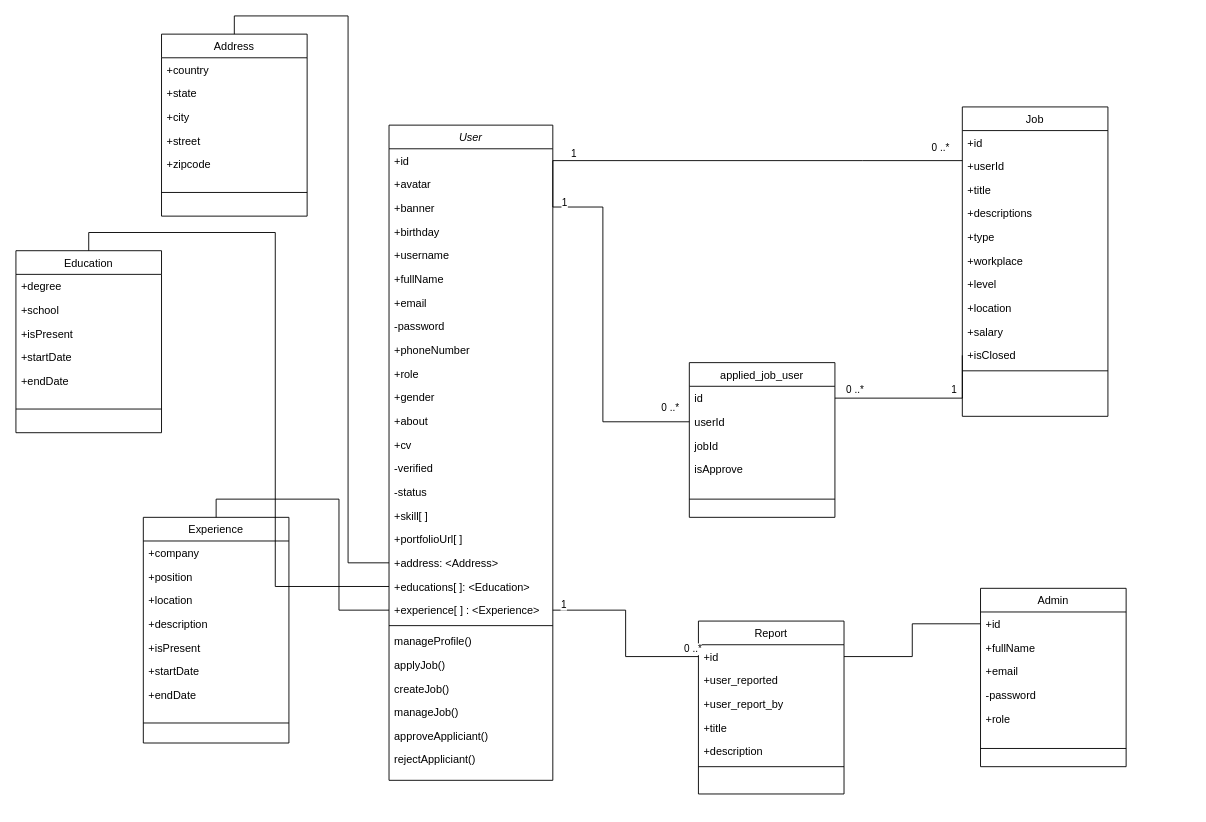
Before: classDiagram.drawio in osenbal/ar.gent-uml, a draw.io diagram. Source tidied: cells renumbered, new cells numbered last; positions are measured from the earlier drawing's top-left corner, leaving out a move shared by most shapes. Both pictures are drawn from the tidied source at 91%, with x=0, y=0 at pixel (15, 34).
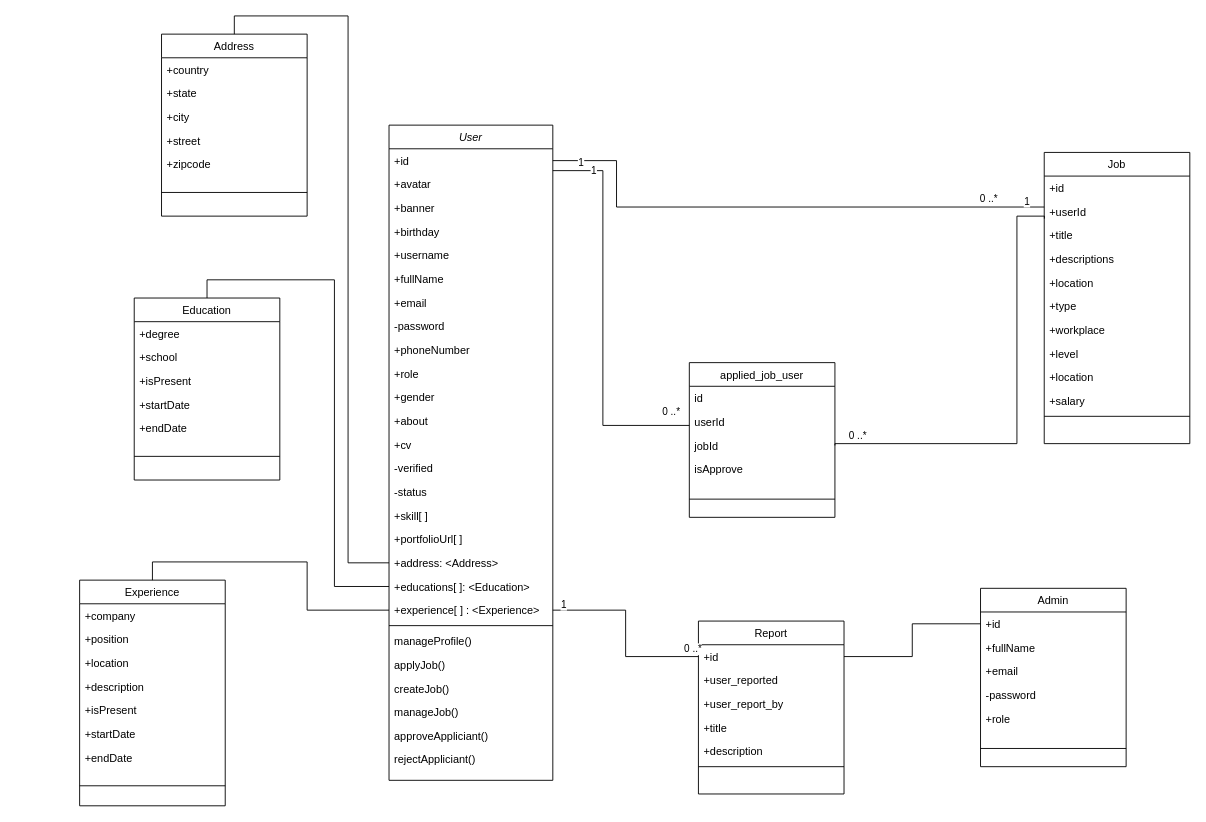
The same page after the edit.

Unchanged cells that the change refers to:
```xml
<mxCell id="3" value="+id" style="text;align=left;verticalAlign=top;spacingLeft=4;spacingRight=4;overflow=hidden;points=[[0,0.5],[1,0.5]];portConstraint=eastwest;" parent="2" vertex="1">
  <mxGeometry y="26" width="180" height="26" as="geometry" />
</mxCell>
<mxCell id="31" value="id" style="text;align=left;verticalAlign=top;spacingLeft=4;spacingRight=4;overflow=hidden;points=[[0,0.5],[1,0.5]];portConstraint=eastwest;" parent="30" vertex="1">
  <mxGeometry y="26" width="160" height="26" as="geometry" />
</mxCell>
<mxCell id="32" value="userId" style="text;align=left;verticalAlign=top;spacingLeft=4;spacingRight=4;overflow=hidden;points=[[0,0.5],[1,0.5]];portConstraint=eastwest;" parent="30" vertex="1">
  <mxGeometry y="52" width="160" height="26" as="geometry" />
</mxCell>
<mxCell id="33" value="jobId" style="text;align=left;verticalAlign=top;spacingLeft=4;spacingRight=4;overflow=hidden;points=[[0,0.5],[1,0.5]];portConstraint=eastwest;" parent="30" vertex="1">
  <mxGeometry y="78" width="160" height="26" as="geometry" />
</mxCell>
<mxCell id="38" value="+userId" style="text;align=left;verticalAlign=top;spacingLeft=4;spacingRight=4;overflow=hidden;points=[[0,0.5],[1,0.5]];portConstraint=eastwest;rounded=0;shadow=0;html=0;" parent="36" vertex="1">
  <mxGeometry y="52" width="160" height="26" as="geometry" />
</mxCell>
```

Change to the diagram source:
```diff
@@
     <mxCell id="36" value="Job" style="swimlane;fontStyle=0;align=center;verticalAlign=top;horizontal=1;startSize=26;rounded=0;shadow=0;strokeWidth=1;" parent="1" vertex="1">
-      <mxGeometry x="1040" y="80" width="160" height="340" as="geometry" />
+      <mxGeometry x="1130" y="130" width="160" height="320" as="geometry" />
     </mxCell>
@@
+    <mxCell id="101" value="+location" style="text;align=left;verticalAlign=top;spacingLeft=4;spacingRight=4;overflow=hidden;rounded=0;shadow=0;html=0;" parent="36" vertex="1">
+      <mxGeometry y="130" width="160" height="26" as="geometry" />
+    </mxCell>
     <mxCell id="41" value="+type" style="text;align=left;verticalAlign=top;spacingLeft=4;spacingRight=4;overflow=hidden;rounded=0;shadow=0;html=0;" parent="36" vertex="1">
-      <mxGeometry y="130" width="160" height="26" as="geometry" />
+      <mxGeometry y="156" width="160" height="26" as="geometry" />
     </mxCell>
     <mxCell id="42" value="+workplace" style="text;align=left;verticalAlign=top;spacingLeft=4;spacingRight=4;overflow=hidden;rounded=0;shadow=0;html=0;" parent="36" vertex="1">
-      <mxGeometry y="156" width="160" height="26" as="geometry" />
+      <mxGeometry y="182" width="160" height="26" as="geometry" />
     </mxCell>
     <mxCell id="43" value="+level" style="text;align=left;verticalAlign=top;spacingLeft=4;spacingRight=4;overflow=hidden;rounded=0;shadow=0;html=0;" parent="36" vertex="1">
-      <mxGeometry y="182" width="160" height="26" as="geometry" />
+      <mxGeometry y="208" width="160" height="26" as="geometry" />
     </mxCell>
     <mxCell id="44" value="+location" style="text;align=left;verticalAlign=top;spacingLeft=4;spacingRight=4;overflow=hidden;rounded=0;shadow=0;html=0;" parent="36" vertex="1">
-      <mxGeometry y="208" width="160" height="26" as="geometry" />
+      <mxGeometry y="234" width="160" height="26" as="geometry" />
     </mxCell>
     <mxCell id="45" value="+salary" style="text;align=left;verticalAlign=top;spacingLeft=4;spacingRight=4;overflow=hidden;rounded=0;shadow=0;html=0;" parent="36" vertex="1">
-      <mxGeometry y="234" width="160" height="26" as="geometry" />
+      <mxGeometry y="260" width="160" height="26" as="geometry" />
     </mxCell>
-    <mxCell id="46" value="+isClosed" style="text;align=left;verticalAlign=top;spacingLeft=4;spacingRight=4;overflow=hidden;points=[[0,0.5],[1,0.5]];portConstraint=eastwest;rounded=0;shadow=0;html=0;" parent="36" vertex="1">
-      <mxGeometry y="260" width="160" height="26" as="geometry" />
-    </mxCell>
@@
     <mxCell id="55" value="Education" style="swimlane;fontStyle=0;align=center;verticalAlign=top;horizontal=1;startSize=26;rounded=0;shadow=0;strokeWidth=1;" parent="1" vertex="1">
-      <mxGeometry y="238" width="160" height="200" as="geometry" />
+      <mxGeometry x="130" y="290" width="160" height="200" as="geometry" />
     </mxCell>
@@
     <mxCell id="62" value="Experience" style="swimlane;fontStyle=0;align=center;verticalAlign=top;horizontal=1;startSize=26;rounded=0;shadow=0;strokeWidth=1;" parent="1" vertex="1">
-      <mxGeometry x="140" y="531" width="160" height="248" as="geometry" />
+      <mxGeometry x="70" y="600" width="160" height="248" as="geometry" />
     </mxCell>
@@
-    <mxCell id="81" style="edgeStyle=orthogonalEdgeStyle;rounded=0;jettySize=auto;html=1;exitX=1;exitY=0.5;exitDx=0;exitDy=0;endArrow=none;endFill=0;" parent="1" edge="1" source="3" target="38">
+    <mxCell id="81" style="edgeStyle=orthogonalEdgeStyle;rounded=0;jettySize=auto;html=1;exitX=1;exitY=0.5;exitDx=0;exitDy=0;endArrow=none;endFill=0;" parent="1" edge="1" source="3">
       <mxGeometry relative="1" as="geometry">
+        <mxPoint x="1130" y="190" as="targetPoint" />
         <Array as="points">
-          <mxPoint x="930" y="139" />
-          <mxPoint x="930" y="139" />
+          <mxPoint x="660" y="139" />
+          <mxPoint x="660" y="190" />
         </Array>
       </mxGeometry>
     </mxCell>
     <mxCell id="82" value="1" style="edgeLabel;html=1;align=center;verticalAlign=middle;" parent="81" vertex="1">
       <mxGeometry x="-0.89" y="3" relative="1" as="geometry">
-        <mxPoint x="-3" y="-6" as="offset" />
+        <mxPoint x="-3" y="4" as="offset" />
       </mxGeometry>
     </mxCell>
     <mxCell id="83" value="0 ..*" style="edgeLabel;html=1;align=center;verticalAlign=middle;" parent="81" vertex="1">
       <mxGeometry x="0.89" y="-1" relative="1" as="geometry">
-        <mxPoint y="-16" as="offset" />
+        <mxPoint x="-29" y="-11" as="offset" />
       </mxGeometry>
     </mxCell>
-    <mxCell id="84" style="edgeStyle=orthogonalEdgeStyle;rounded=0;jettySize=auto;html=1;exitX=1;exitY=0.5;exitDx=0;exitDy=0;entryX=0;entryY=0.5;entryDx=0;entryDy=0;endArrow=none;endFill=0;" parent="1" edge="1" source="3" target="32">
+    <mxCell id="84" style="edgeStyle=orthogonalEdgeStyle;rounded=0;orthogonalLoop=1;jettySize=auto;html=1;exitX=1;exitY=0.5;exitDx=0;exitDy=0;endArrow=none;endFill=0;" parent="1" edge="1">
       <mxGeometry relative="1" as="geometry">
+        <mxPoint x="590" y="150" as="sourcePoint" />
+        <mxPoint x="740" y="430" as="targetPoint" />
         <Array as="points">
-          <mxPoint x="590" y="190" />
-          <mxPoint x="645" y="190" />
-          <mxPoint x="645" y="426" />
+          <mxPoint x="645" y="150" />
+          <mxPoint x="645" y="430" />
+          <mxPoint x="740" y="430" />
         </Array>
       </mxGeometry>
     </mxCell>
     <mxCell id="85" value="1" style="edgeLabel;html=1;align=center;verticalAlign=middle;" parent="84" vertex="1">
       <mxGeometry x="-0.71" y="2" relative="1" as="geometry">
-        <mxPoint y="-4" as="offset" />
+        <mxPoint x="-13" y="-8" as="offset" />
       </mxGeometry>
     </mxCell>
@@
-    <mxCell id="87" style="edgeStyle=orthogonalEdgeStyle;rounded=0;jettySize=auto;html=1;exitX=0;exitY=0.5;exitDx=0;exitDy=0;entryX=1;entryY=0.5;entryDx=0;entryDy=0;endArrow=none;endFill=0;" parent="1" edge="1" source="46" target="31">
+    <mxCell id="87" style="edgeStyle=orthogonalEdgeStyle;rounded=0;jettySize=auto;html=1;entryX=1;entryY=0.5;entryDx=0;entryDy=0;endArrow=none;endFill=0;exitX=0.001;exitY=0.799;exitDx=0;exitDy=0;exitPerimeter=0;" parent="1" edge="1" source="38" target="33">
       <mxGeometry relative="1" as="geometry">
         <Array as="points">
-          <mxPoint x="1040" y="400" />
+          <mxPoint x="1130" y="200" />
+          <mxPoint x="1100" y="200" />
+          <mxPoint x="1100" y="450" />
+          <mxPoint x="900" y="450" />
         </Array>
       </mxGeometry>
     </mxCell>
     <mxCell id="88" value="1" style="edgeLabel;html=1;align=center;verticalAlign=middle;" parent="87" vertex="1">
       <mxGeometry x="-0.62" y="-1" relative="1" as="geometry">
-        <mxPoint x="-9" y="1" as="offset" />
+        <mxPoint x="11" y="-76" as="offset" />
       </mxGeometry>
     </mxCell>
```
